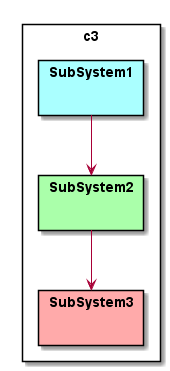
The PlantUML diagram docs/Solution/Logical.png in CAADE/C3, before a commit.
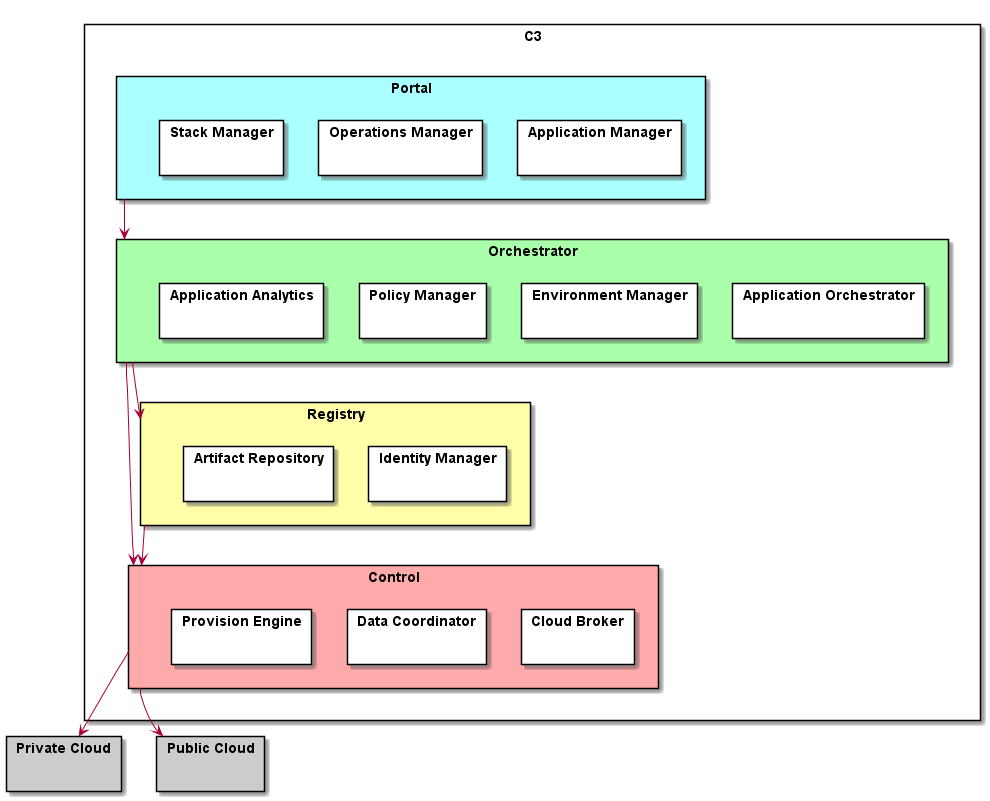
After the commit.

What changed in the source:
```diff
@@ -2,17 +2,43 @@
 
 skinparam packageStyle rect
 
-package c3 {
-package "SubSystem1" #aaffff {
+package C3 {
+package "Portal" #aaffff {
+    package "Application Manager" { }
+    package "Operations Manager" { }
+    package "Stack Manager" { }
 }
-package "SubSystem2" #aaffaa {
+package "Orchestrator" #aaffaa {
+    package "Application Orchestrator" { }
+    package "Environment Manager" { }
+    package "Policy Manager" { }
+    package "Application Analytics" { }
 }
-package "SubSystem3" #ffaaaa {
+package "Registry" #ffffaa {
+    package "Identity Manager" { }
+    package "Artifact Repository" { }
+}
+
+package "Control" #ffaaaa {
+    package "Cloud Broker" { }
+    package "Data Coordinator" { }
+    package "Provision Engine" { }
 }
 }
 
-SubSystem1 --> SubSystem2
-SubSystem2 --> SubSystem3
+package "Private Cloud" #cccccc {
+}
+
+package "Public Cloud"  #cccccc {
+}
 
 
+Portal --> Orchestrator
+Orchestrator --> Registry
+Registry --> Control
+Orchestrator -> Control
+
+Control --> "Private Cloud"
+Control --> "Public Cloud"
+
 @enduml
```
